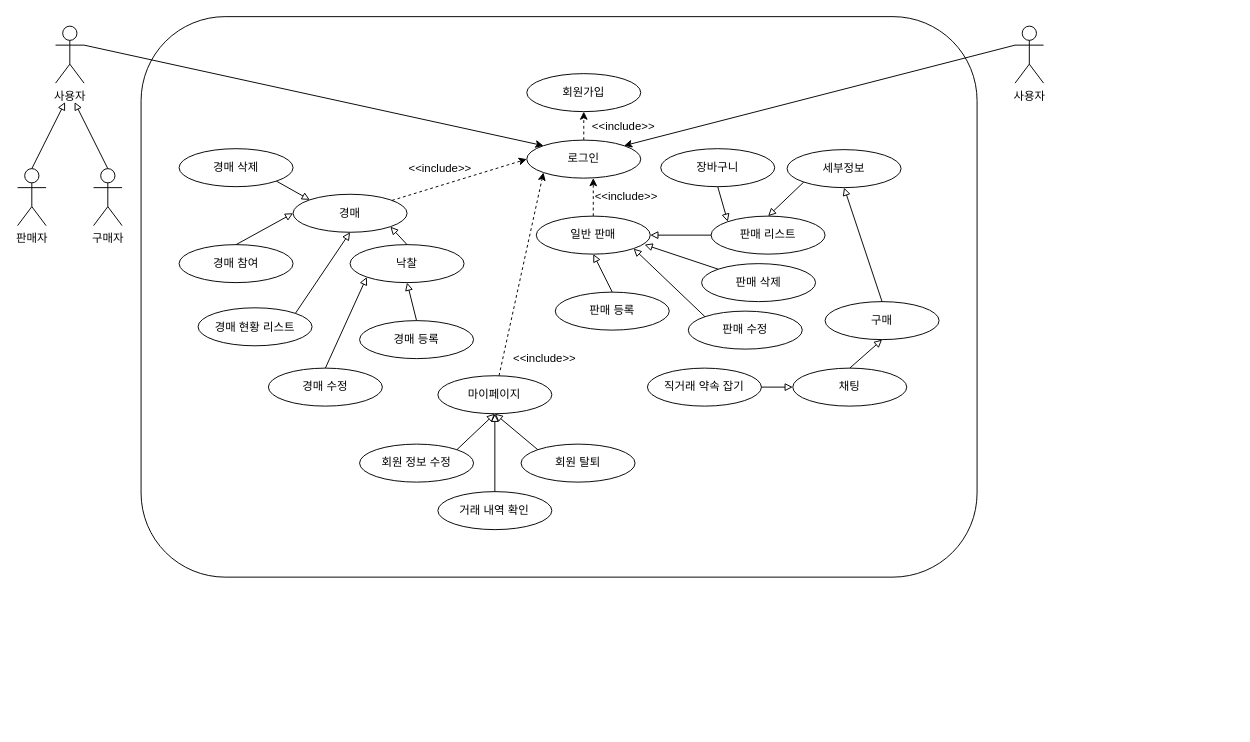
Above: Untitled Diagram.drawio in sseunghye-lee/DongOGong-Market (draw.io), before the change. Source tidied: cells renumbered, new cells numbered last; positions are measured from the earlier drawing's top-left corner, leaving out a move shared by most shapes. Both pictures are drawn from the tidied source at 95%, with x=0, y=0 at pixel (17, 16).
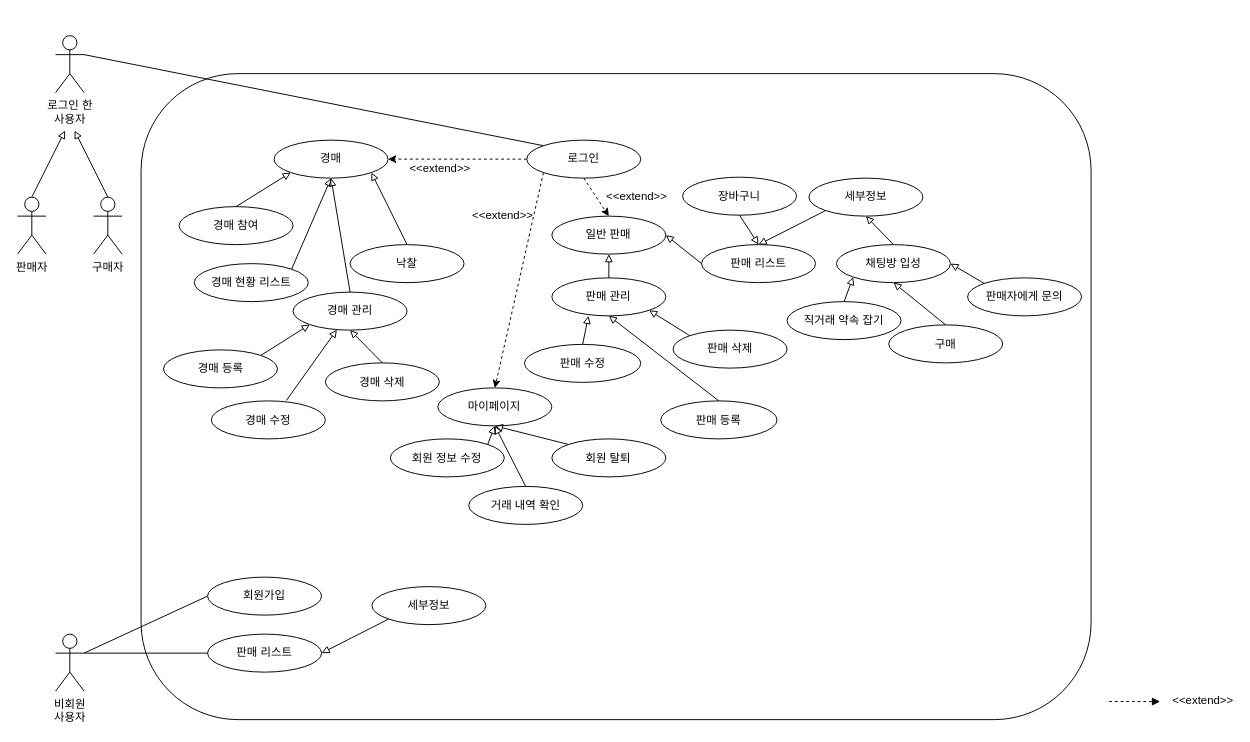
After the change.

The change refers to these unchanged cells:
```xml
<mxCell id="9" value="로그인" style="ellipse;whiteSpace=wrap;html=1;" parent="1" vertex="1">
  <mxGeometry x="536" y="130" width="120" height="40" as="geometry" />
</mxCell>
<mxCell id="42" value="낙찰" style="ellipse;whiteSpace=wrap;html=1;" parent="1" vertex="1">
  <mxGeometry x="350" y="240" width="120" height="40" as="geometry" />
</mxCell>
```

What changed in the source:
```diff
@@
-    <mxCell id="2" value="사용자" style="shape=umlActor;verticalLabelPosition=bottom;verticalAlign=top;html=1;outlineConnect=0;" parent="1" vertex="1">
-      <mxGeometry x="1050" y="10" width="30" height="60" as="geometry" />
-    </mxCell>
-    <mxCell id="3" value="사용자" style="shape=umlActor;verticalLabelPosition=bottom;verticalAlign=top;html=1;outlineConnect=0;" parent="1" vertex="1">
-      <mxGeometry x="40" y="10" width="30" height="60" as="geometry" />
+    <mxCell id="3" value="로그인 한&lt;br&gt;사용자" style="shape=umlActor;verticalLabelPosition=bottom;verticalAlign=top;html=1;outlineConnect=0;" parent="1" vertex="1">
+      <mxGeometry x="40" y="20" width="30" height="60" as="geometry" />
     </mxCell>
     <mxCell id="4" value="판매자" style="shape=umlActor;verticalLabelPosition=bottom;verticalAlign=top;html=1;outlineConnect=0;" parent="1" vertex="1">
-      <mxGeometry y="160" width="30" height="60" as="geometry" />
+      <mxGeometry y="190" width="30" height="60" as="geometry" />
     </mxCell>
     <mxCell id="5" value="구매자" style="shape=umlActor;verticalLabelPosition=bottom;verticalAlign=top;html=1;outlineConnect=0;" parent="1" vertex="1">
-      <mxGeometry x="80" y="160" width="30" height="60" as="geometry" />
+      <mxGeometry x="80" y="190" width="30" height="60" as="geometry" />
     </mxCell>
     <mxCell id="6" style="endArrow=block;html=1;endFill=0;exitX=0.5;exitY=0;exitDx=0;exitDy=0;exitPerimeter=0;" parent="1" edge="1" source="4">
       <mxGeometry relative="1" as="geometry">
-        <mxPoint x="50" y="90" as="targetPoint" />
+        <mxPoint x="50" y="120" as="targetPoint" />
       </mxGeometry>
     </mxCell>
     <mxCell id="7" style="endArrow=block;html=1;endFill=0;exitX=0.5;exitY=0;exitDx=0;exitDy=0;exitPerimeter=0;" parent="1" edge="1" source="5">
       <mxGeometry relative="1" as="geometry">
-        <mxPoint x="60" y="90" as="targetPoint" />
+        <mxPoint x="60" y="120" as="targetPoint" />
       </mxGeometry>
     </mxCell>
     <mxCell id="8" style="rounded=1;whiteSpace=wrap;html=1;" parent="1" vertex="1">
-      <mxGeometry x="130" width="880" height="590" as="geometry" />
+      <mxGeometry x="130" y="60" width="1000" height="680" as="geometry" />
     </mxCell>
@@
-    <mxCell id="10" value="회원가입" style="ellipse;whiteSpace=wrap;html=1;" parent="1" vertex="1">
-      <mxGeometry x="536" y="60" width="120" height="40" as="geometry" />
-    </mxCell>
     <mxCell id="11" value="회원 정보 수정" style="ellipse;whiteSpace=wrap;html=1;" parent="1" vertex="1">
-      <mxGeometry x="360" y="450" width="120" height="40" as="geometry" />
+      <mxGeometry x="392.4" y="444.5" width="120" height="40" as="geometry" />
     </mxCell>
-    <mxCell id="12" style="endArrow=classic;html=1;entryX=0.5;entryY=1;entryDx=0;entryDy=0;exitX=0.5;exitY=0;exitDx=0;exitDy=0;dashed=1;" parent="1" edge="1" source="9" target="10">
-      <mxGeometry relative="1" as="geometry" />
-    </mxCell>
-    <mxCell id="13" value="&amp;lt;&amp;lt;include&amp;gt;&amp;gt;" style="text;html=1;strokeColor=none;fillColor=none;align=center;verticalAlign=middle;whiteSpace=wrap;rounded=0;" parent="1" vertex="1">
-      <mxGeometry x="613" y="106" width="50" height="20" as="geometry" />
-    </mxCell>
     <mxCell id="14" value="경매" style="ellipse;whiteSpace=wrap;html=1;" parent="1" vertex="1">
-      <mxGeometry x="290" y="187" width="120" height="40" as="geometry" />
+      <mxGeometry x="270" y="130" width="120" height="40" as="geometry" />
     </mxCell>
     <mxCell id="15" value="경매 참여" style="ellipse;whiteSpace=wrap;html=1;" parent="1" vertex="1">
-      <mxGeometry x="170" y="240" width="120" height="40" as="geometry" />
+      <mxGeometry x="170" y="200" width="120" height="40" as="geometry" />
     </mxCell>
-    <mxCell id="16" value="경매 등록" style="ellipse;whiteSpace=wrap;html=1;" parent="1" vertex="1">
-      <mxGeometry x="360" y="320" width="120" height="40" as="geometry" />
+    <mxCell id="16" value="경매 관리" style="ellipse;whiteSpace=wrap;html=1;" parent="1" vertex="1">
+      <mxGeometry x="290" y="290" width="120" height="40" as="geometry" />
     </mxCell>
     <mxCell id="17" value="경매 수정&lt;span style=&quot;color: rgba(0 , 0 , 0 , 0) ; font-family: monospace ; font-size: 0px&quot;&gt;3CmxGraphModel%3E%3Croot%3E%3CmxCell%20id%3D%220%22%2F%3E%3CmxCell%20id%3D%221%22%20parent%3D%220%22%2F%3E%3CmxCell%20id%3D%222%22%20value%3D%22%EA%B2%BD%EB%A7%A4%22%20style%3D%22ellipse%3BwhiteSpace%3Dwrap%3Bhtml%3D1%3B%22%20vertex%3D%221%22%20parent%3D%221%22%3E%3CmxGeometry%20x%3D%22240%22%20y%3D%22240%22%20width%3D%22120%22%20height%3D%2240%22%20as%3D%22geometry%22%2F%3E%3C%2FmxCell%3E%3C%2Froot%3E%3C%2FmxGraphModel%3E&lt;/span&gt;" style="ellipse;whiteSpace=wrap;html=1;" parent="1" vertex="1">
-      <mxGeometry x="264" y="370" width="120" height="40" as="geometry" />
+      <mxGeometry x="204" y="404.5" width="120" height="40" as="geometry" />
     </mxCell>
-    <mxCell id="18" style="endArrow=block;html=1;exitX=0.5;exitY=0;exitDx=0;exitDy=0;endFill=0;entryX=0;entryY=0.5;entryDx=0;entryDy=0;" parent="1" edge="1" source="15" target="14">
+    <mxCell id="18" style="endArrow=block;html=1;exitX=0.5;exitY=0;exitDx=0;exitDy=0;endFill=0;entryX=0;entryY=1;entryDx=0;entryDy=0;" parent="1" edge="1" source="15" target="14">
       <mxGeometry relative="1" as="geometry" />
     </mxCell>
-    <mxCell id="19" style="endArrow=block;html=1;exitX=0.5;exitY=0;exitDx=0;exitDy=0;entryX=0;entryY=1;entryDx=0;entryDy=0;endFill=0;" parent="1" edge="1" source="17" target="42">
+    <mxCell id="19" style="endArrow=block;html=1;exitX=0.658;exitY=-0.012;exitDx=0;exitDy=0;endFill=0;exitPerimeter=0;" parent="1" edge="1" source="17" target="16">
       <mxGeometry relative="1" as="geometry" />
     </mxCell>
-    <mxCell id="20" style="endArrow=block;html=1;exitX=0.5;exitY=0;exitDx=0;exitDy=0;endFill=0;entryX=0.5;entryY=1;entryDx=0;entryDy=0;" parent="1" edge="1" source="16" target="42">
+    <mxCell id="20" style="endArrow=block;html=1;exitX=0.5;exitY=0;exitDx=0;exitDy=0;endFill=0;entryX=0.5;entryY=1;entryDx=0;entryDy=0;" parent="1" edge="1" source="16" target="14">
       <mxGeometry relative="1" as="geometry" />
     </mxCell>
     <mxCell id="21" value="일반 판매" style="ellipse;whiteSpace=wrap;html=1;" parent="1" vertex="1">
-      <mxGeometry x="546" y="210" width="120" height="40" as="geometry" />
+      <mxGeometry x="562.4" y="210" width="120" height="40" as="geometry" />
     </mxCell>
-    <mxCell id="22" style="endArrow=classic;html=1;entryX=0;entryY=0.5;entryDx=0;entryDy=0;dashed=1;" parent="1" edge="1" source="14" target="9">
+    <mxCell id="22" style="endArrow=classic;html=1;entryX=1;entryY=0.5;entryDx=0;entryDy=0;dashed=1;exitX=0;exitY=0.5;exitDx=0;exitDy=0;" parent="1" edge="1" source="9" target="14">
       <mxGeometry relative="1" as="geometry" />
     </mxCell>
-    <mxCell id="23" style="endArrow=classic;html=1;dashed=1;exitX=0.5;exitY=0;exitDx=0;exitDy=0;" parent="1" edge="1" source="21">
-      <mxGeometry relative="1" as="geometry">
-        <mxPoint x="606" y="170" as="targetPoint" />
-      </mxGeometry>
+    <mxCell id="23" style="endArrow=classic;html=1;dashed=1;exitX=0.5;exitY=1;exitDx=0;exitDy=0;entryX=0.5;entryY=0;entryDx=0;entryDy=0;" parent="1" edge="1" source="9" target="21">
+      <mxGeometry relative="1" as="geometry" />
     </mxCell>
-    <mxCell id="24" value="&amp;lt;&amp;lt;include&amp;gt;&amp;gt;" style="text;html=1;strokeColor=none;fillColor=none;align=center;verticalAlign=middle;whiteSpace=wrap;rounded=0;" parent="1" vertex="1">
-      <mxGeometry x="616" y="180" width="50" height="20" as="geometry" />
+    <mxCell id="24" value="&amp;lt;&amp;lt;extend&amp;gt;&amp;gt;" style="text;html=1;strokeColor=none;fillColor=none;align=center;verticalAlign=middle;whiteSpace=wrap;rounded=0;" parent="1" vertex="1">
+      <mxGeometry x="627" y="180" width="50" height="20" as="geometry" />
     </mxCell>
-    <mxCell id="25" value="&amp;lt;&amp;lt;include&amp;gt;&amp;gt;" style="text;html=1;strokeColor=none;fillColor=none;align=center;verticalAlign=middle;whiteSpace=wrap;rounded=0;" parent="1" vertex="1">
+    <mxCell id="25" value="&amp;lt;&amp;lt;extend&amp;gt;&amp;gt;" style="text;html=1;strokeColor=none;fillColor=none;align=center;verticalAlign=middle;whiteSpace=wrap;rounded=0;" parent="1" vertex="1">
       <mxGeometry x="420" y="150" width="50" height="20" as="geometry" />
     </mxCell>
-    <mxCell id="26" value="판매 등록" style="ellipse;whiteSpace=wrap;html=1;" parent="1" vertex="1">
-      <mxGeometry x="566" y="290" width="120" height="40" as="geometry" />
+    <mxCell id="26" value="판매 관리" style="ellipse;whiteSpace=wrap;html=1;" parent="1" vertex="1">
+      <mxGeometry x="562.4" y="275" width="120" height="40" as="geometry" />
     </mxCell>
@@
-    <mxCell id="28" value="구매" style="ellipse;whiteSpace=wrap;html=1;" parent="1" vertex="1">
-      <mxGeometry x="850" y="300" width="120" height="40" as="geometry" />
+    <mxCell id="28" value="채팅방 입성" style="ellipse;whiteSpace=wrap;html=1;" parent="1" vertex="1">
+      <mxGeometry x="862" y="240" width="120" height="40" as="geometry" />
     </mxCell>
@@
-    <mxCell id="30" value="채팅" style="ellipse;whiteSpace=wrap;html=1;" parent="1" vertex="1">
-      <mxGeometry x="816" y="370" width="120" height="40" as="geometry" />
+    <mxCell id="30" value="직거래 약속 잡기" style="ellipse;whiteSpace=wrap;html=1;" parent="1" vertex="1">
+      <mxGeometry x="810" y="300" width="120" height="40" as="geometry" />
     </mxCell>
-    <mxCell id="31" style="endArrow=block;html=1;exitX=0.5;exitY=0;exitDx=0;exitDy=0;endFill=0;entryX=0.5;entryY=1;entryDx=0;entryDy=0;" parent="1" edge="1" source="30" target="28">
+    <mxCell id="31" style="endArrow=block;html=1;exitX=0.5;exitY=0;exitDx=0;exitDy=0;endFill=0;entryX=0;entryY=1;entryDx=0;entryDy=0;" parent="1" edge="1" source="30" target="28">
       <mxGeometry relative="1" as="geometry" />
     </mxCell>
     <mxCell id="32" value="판매 수정" style="ellipse;whiteSpace=wrap;html=1;" parent="1" vertex="1">
-      <mxGeometry x="706" y="310" width="120" height="40" as="geometry" />
+      <mxGeometry x="533.6" y="345" width="122.4" height="40" as="geometry" />
     </mxCell>
-    <mxCell id="33" style="endArrow=block;html=1;exitX=0;exitY=0;exitDx=0;exitDy=0;endFill=0;entryX=1;entryY=1;entryDx=0;entryDy=0;" parent="1" edge="1" source="32" target="21">
+    <mxCell id="33" style="endArrow=block;html=1;exitX=0.5;exitY=0;exitDx=0;exitDy=0;endFill=0;entryX=0.321;entryY=1;entryDx=0;entryDy=0;entryPerimeter=0;" parent="1" edge="1" source="32" target="26">
       <mxGeometry relative="1" as="geometry" />
     </mxCell>
     <mxCell id="34" value="경매 삭제" style="ellipse;whiteSpace=wrap;html=1;" parent="1" vertex="1">
-      <mxGeometry x="170" y="139" width="120" height="40" as="geometry" />
+      <mxGeometry x="324" y="364.5" width="120" height="40" as="geometry" />
     </mxCell>
-    <mxCell id="35" style="endArrow=block;html=1;exitX=1;exitY=1;exitDx=0;exitDy=0;endFill=0;entryX=0;entryY=0;entryDx=0;entryDy=0;" parent="1" edge="1" source="34" target="14">
+    <mxCell id="35" style="endArrow=block;html=1;exitX=0.5;exitY=0;exitDx=0;exitDy=0;endFill=0;entryX=0.5;entryY=1;entryDx=0;entryDy=0;" parent="1" edge="1" source="34" target="16">
       <mxGeometry relative="1" as="geometry" />
     </mxCell>
     <mxCell id="36" value="판매 삭제" style="ellipse;whiteSpace=wrap;html=1;" parent="1" vertex="1">
-      <mxGeometry x="720" y="260" width="120" height="40" as="geometry" />
+      <mxGeometry x="690" y="330" width="120" height="40" as="geometry" />
     </mxCell>
-    <mxCell id="37" style="endArrow=block;html=1;exitX=0;exitY=0;exitDx=0;exitDy=0;endFill=0;" parent="1" edge="1" source="36">
-      <mxGeometry relative="1" as="geometry">
-        <mxPoint x="660" y="240" as="targetPoint" />
-      </mxGeometry>
+    <mxCell id="37" style="endArrow=block;html=1;exitX=0;exitY=0;exitDx=0;exitDy=0;endFill=0;entryX=1;entryY=1;entryDx=0;entryDy=0;" parent="1" edge="1" source="36" target="26">
+      <mxGeometry relative="1" as="geometry" />
     </mxCell>
     <mxCell id="38" value="장바구니" style="ellipse;whiteSpace=wrap;html=1;" parent="1" vertex="1">
-      <mxGeometry x="677" y="139" width="120" height="40" as="geometry" />
+      <mxGeometry x="700" y="169" width="120" height="40" as="geometry" />
     </mxCell>
-    <mxCell id="39" style="endArrow=block;html=1;exitX=0.5;exitY=1;exitDx=0;exitDy=0;endFill=0;entryX=0;entryY=0;entryDx=0;entryDy=0;" parent="1" edge="1" source="38" target="46">
+    <mxCell id="39" style="endArrow=block;html=1;exitX=0.5;exitY=1;exitDx=0;exitDy=0;endFill=0;entryX=0.5;entryY=0;entryDx=0;entryDy=0;" parent="1" edge="1" source="38" target="46">
       <mxGeometry relative="1" as="geometry" />
     </mxCell>
-    <mxCell id="40" value="직거래 약속 잡기" style="ellipse;whiteSpace=wrap;html=1;" parent="1" vertex="1">
-      <mxGeometry x="663" y="370" width="120" height="40" as="geometry" />
+    <mxCell id="40" value="구매" style="ellipse;whiteSpace=wrap;html=1;" parent="1" vertex="1">
+      <mxGeometry x="917" y="324.5" width="120" height="40" as="geometry" />
     </mxCell>
-    <mxCell id="41" style="endArrow=block;html=1;exitX=1;exitY=0.5;exitDx=0;exitDy=0;endFill=0;entryX=0;entryY=0.5;entryDx=0;entryDy=0;" parent="1" edge="1" source="40" target="30">
+    <mxCell id="41" style="endArrow=block;html=1;exitX=0.5;exitY=0;exitDx=0;exitDy=0;endFill=0;entryX=0.5;entryY=1;entryDx=0;entryDy=0;" parent="1" edge="1" source="40" target="28">
       <mxGeometry relative="1" as="geometry" />
     </mxCell>
@@
     <mxCell id="44" value="경매 현황 리스트" style="ellipse;whiteSpace=wrap;html=1;" parent="1" vertex="1">
-      <mxGeometry x="190" y="306.5" width="120" height="40" as="geometry" />
+      <mxGeometry x="186" y="260" width="120" height="40" as="geometry" />
     </mxCell>
@@
     <mxCell id="46" value="판매 리스트" style="ellipse;whiteSpace=wrap;html=1;" parent="1" vertex="1">
-      <mxGeometry x="730" y="210" width="120" height="40" as="geometry" />
+      <mxGeometry x="720" y="240" width="120" height="40" as="geometry" />
     </mxCell>
@@
     <mxCell id="48" value="세부정보" style="ellipse;whiteSpace=wrap;html=1;" parent="1" vertex="1">
-      <mxGeometry x="810" y="140" width="120" height="40" as="geometry" />
+      <mxGeometry x="833" y="170" width="120" height="40" as="geometry" />
     </mxCell>
@@
     <mxCell id="50" value="마이페이지" style="ellipse;whiteSpace=wrap;html=1;" parent="1" vertex="1">
-      <mxGeometry x="442.4" y="378" width="120" height="40" as="geometry" />
+      <mxGeometry x="442.4" y="390.8" width="120" height="40" as="geometry" />
     </mxCell>
-    <mxCell id="51" style="endArrow=classic;html=1;entryX=0;entryY=1;entryDx=0;entryDy=0;dashed=1;" parent="1" edge="1" source="50" target="9">
+    <mxCell id="51" style="endArrow=classic;html=1;entryX=0.5;entryY=0;entryDx=0;entryDy=0;dashed=1;exitX=0;exitY=1;exitDx=0;exitDy=0;" parent="1" edge="1" source="9" target="50">
       <mxGeometry relative="1" as="geometry" />
     </mxCell>
-    <mxCell id="52" value="&amp;lt;&amp;lt;include&amp;gt;&amp;gt;" style="text;html=1;strokeColor=none;fillColor=none;align=center;verticalAlign=middle;whiteSpace=wrap;rounded=0;" parent="1" vertex="1">
-      <mxGeometry x="530" y="350" width="50" height="20" as="geometry" />
-    </mxCell>
@@
     <mxCell id="54" value="거래 내역 확인" style="ellipse;whiteSpace=wrap;html=1;" parent="1" vertex="1">
-      <mxGeometry x="442.4" y="500" width="120" height="40" as="geometry" />
+      <mxGeometry x="474.9" y="494.5" width="120" height="40" as="geometry" />
     </mxCell>
@@
     <mxCell id="56" value="회원 탈퇴" style="ellipse;whiteSpace=wrap;html=1;" parent="1" vertex="1">
-      <mxGeometry x="530" y="450" width="120" height="40" as="geometry" />
+      <mxGeometry x="562.4" y="444.5" width="120" height="40" as="geometry" />
     </mxCell>
@@
-    <mxCell id="58" style="endArrow=classic;html=1;exitX=1;exitY=0.3333333333333333;exitDx=0;exitDy=0;exitPerimeter=0;entryX=0;entryY=0;entryDx=0;entryDy=0;" parent="1" edge="1" source="3" target="9">
+    <mxCell id="58" style="endArrow=none;html=1;exitX=1;exitY=0.3333333333333333;exitDx=0;exitDy=0;exitPerimeter=0;entryX=0;entryY=0;entryDx=0;entryDy=0;endFill=0;" parent="1" edge="1" source="3" target="9">
       <mxGeometry relative="1" as="geometry" />
     </mxCell>
-    <mxCell id="59" style="endArrow=classic;html=1;exitX=0;exitY=0.3333333333333333;exitDx=0;exitDy=0;exitPerimeter=0;entryX=1;entryY=0;entryDx=0;entryDy=0;" parent="1" edge="1" source="2" target="9">
-      <mxGeometry relative="1" as="geometry" />
-    </mxCell>
+    <mxCell id="60" style="endArrow=block;html=1;exitX=0.5;exitY=0;exitDx=0;exitDy=0;endFill=1;dashed=1;" parent="1" edge="1">
+      <mxGeometry relative="1" as="geometry">
+        <mxPoint x="1149" y="720.9" as="sourcePoint" />
+        <mxPoint x="1202.6" y="721" as="targetPoint" />
+      </mxGeometry>
+    </mxCell>
+    <mxCell id="61" value="&amp;lt;&amp;lt;extend&amp;gt;&amp;gt;" style="text;html=1;strokeColor=none;fillColor=none;align=center;verticalAlign=middle;whiteSpace=wrap;rounded=0;" parent="1" vertex="1">
+      <mxGeometry x="1222.6" y="710" width="50" height="20" as="geometry" />
+    </mxCell>
+    <mxCell id="62" value="&amp;lt;&amp;lt;extend&amp;gt;&amp;gt;" style="text;html=1;strokeColor=none;fillColor=none;align=center;verticalAlign=middle;whiteSpace=wrap;rounded=0;" parent="1" vertex="1">
+      <mxGeometry x="486" y="200" width="50" height="20" as="geometry" />
+    </mxCell>
+    <mxCell id="63" value="경매 등록" style="ellipse;whiteSpace=wrap;html=1;" parent="1" vertex="1">
+      <mxGeometry x="153.6" y="350.8" width="120" height="40" as="geometry" />
+    </mxCell>
+    <mxCell id="64" style="endArrow=block;html=1;exitX=1;exitY=0;exitDx=0;exitDy=0;endFill=0;entryX=0;entryY=1;entryDx=0;entryDy=0;" parent="1" edge="1" source="63" target="16">
+      <mxGeometry relative="1" as="geometry" />
+    </mxCell>
+    <mxCell id="65" value="판매 등록" style="ellipse;whiteSpace=wrap;html=1;" parent="1" vertex="1">
+      <mxGeometry x="677" y="404.5" width="122.4" height="40" as="geometry" />
+    </mxCell>
+    <mxCell id="66" style="endArrow=block;html=1;exitX=0.5;exitY=0;exitDx=0;exitDy=0;endFill=0;entryX=0.5;entryY=1;entryDx=0;entryDy=0;" parent="1" edge="1" source="65" target="26">
+      <mxGeometry relative="1" as="geometry" />
+    </mxCell>
+    <mxCell id="67" value="판매자에게 문의" style="ellipse;whiteSpace=wrap;html=1;" parent="1" vertex="1">
+      <mxGeometry x="1000" y="275" width="120" height="40" as="geometry" />
+    </mxCell>
+    <mxCell id="68" style="endArrow=block;html=1;endFill=0;entryX=1;entryY=0.5;entryDx=0;entryDy=0;exitX=0;exitY=0;exitDx=0;exitDy=0;" parent="1" edge="1" source="67" target="28">
+      <mxGeometry relative="1" as="geometry" />
+    </mxCell>
+    <mxCell id="69" value="비회원&lt;br&gt;사용자" style="shape=umlActor;verticalLabelPosition=bottom;verticalAlign=top;html=1;outlineConnect=0;" parent="1" vertex="1">
+      <mxGeometry x="40" y="650" width="30" height="60" as="geometry" />
+    </mxCell>
+    <mxCell id="70" style="endArrow=none;html=1;endFill=0;exitX=1;exitY=0.3333333333333333;exitDx=0;exitDy=0;exitPerimeter=0;entryX=0;entryY=0.5;entryDx=0;entryDy=0;" parent="1" edge="1" target="10">
+      <mxGeometry relative="1" as="geometry">
+        <mxPoint x="70" y="670" as="sourcePoint" />
+      </mxGeometry>
+    </mxCell>
+    <mxCell id="10" value="회원가입" style="ellipse;whiteSpace=wrap;html=1;" parent="1" vertex="1">
+      <mxGeometry x="200" y="590" width="120" height="40" as="geometry" />
+    </mxCell>
+    <mxCell id="71" value="판매 리스트" style="ellipse;whiteSpace=wrap;html=1;" parent="1" vertex="1">
+      <mxGeometry x="200" y="650" width="120" height="40" as="geometry" />
+    </mxCell>
+    <mxCell id="72" style="endArrow=none;html=1;endFill=0;exitX=1;exitY=0.3333333333333333;exitDx=0;exitDy=0;exitPerimeter=0;entryX=0;entryY=0.5;entryDx=0;entryDy=0;" parent="1" edge="1" source="69" target="71">
+      <mxGeometry relative="1" as="geometry" />
+    </mxCell>
+    <mxCell id="73" value="세부정보" style="ellipse;whiteSpace=wrap;html=1;" parent="1" vertex="1">
+      <mxGeometry x="373" y="600" width="120" height="40" as="geometry" />
+    </mxCell>
+    <mxCell id="74" style="endArrow=block;html=1;exitX=0;exitY=1;exitDx=0;exitDy=0;endFill=0;entryX=0.5;entryY=0;entryDx=0;entryDy=0;" parent="1" edge="1" source="73">
+      <mxGeometry relative="1" as="geometry">
+        <mxPoint x="320" y="670" as="targetPoint" />
+      </mxGeometry>
+    </mxCell>
```
